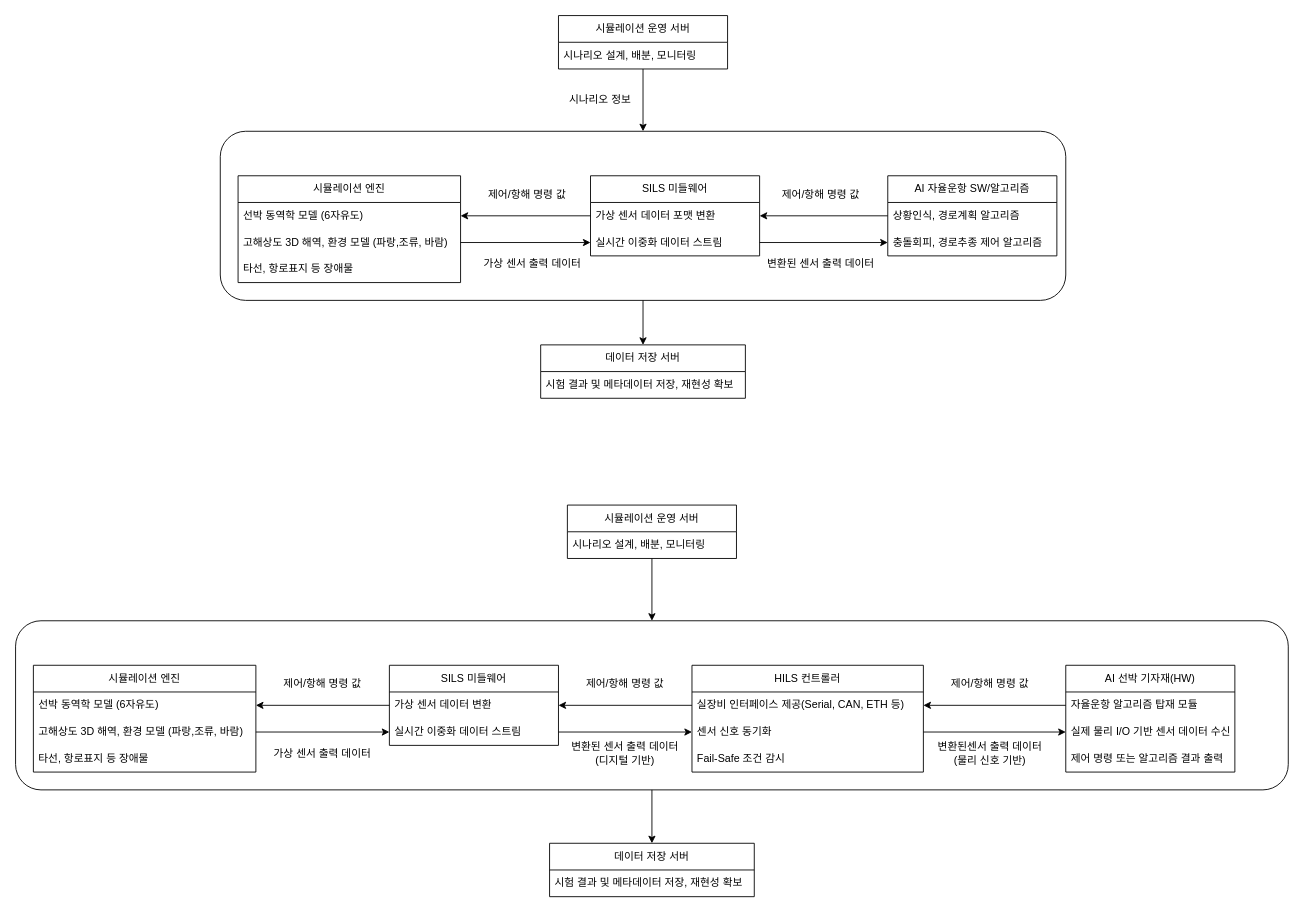
This is Unist과제.drawio from CCajungg/ISO-project, a draw.io file, before an edit. Source tidied: cells renumbered, new cells numbered last; positions are measured from the earlier drawing's top-left corner, leaving out a move shared by most shapes. Both pictures are drawn from the tidied source at 89%, with x=0, y=0 at pixel (15, 15).
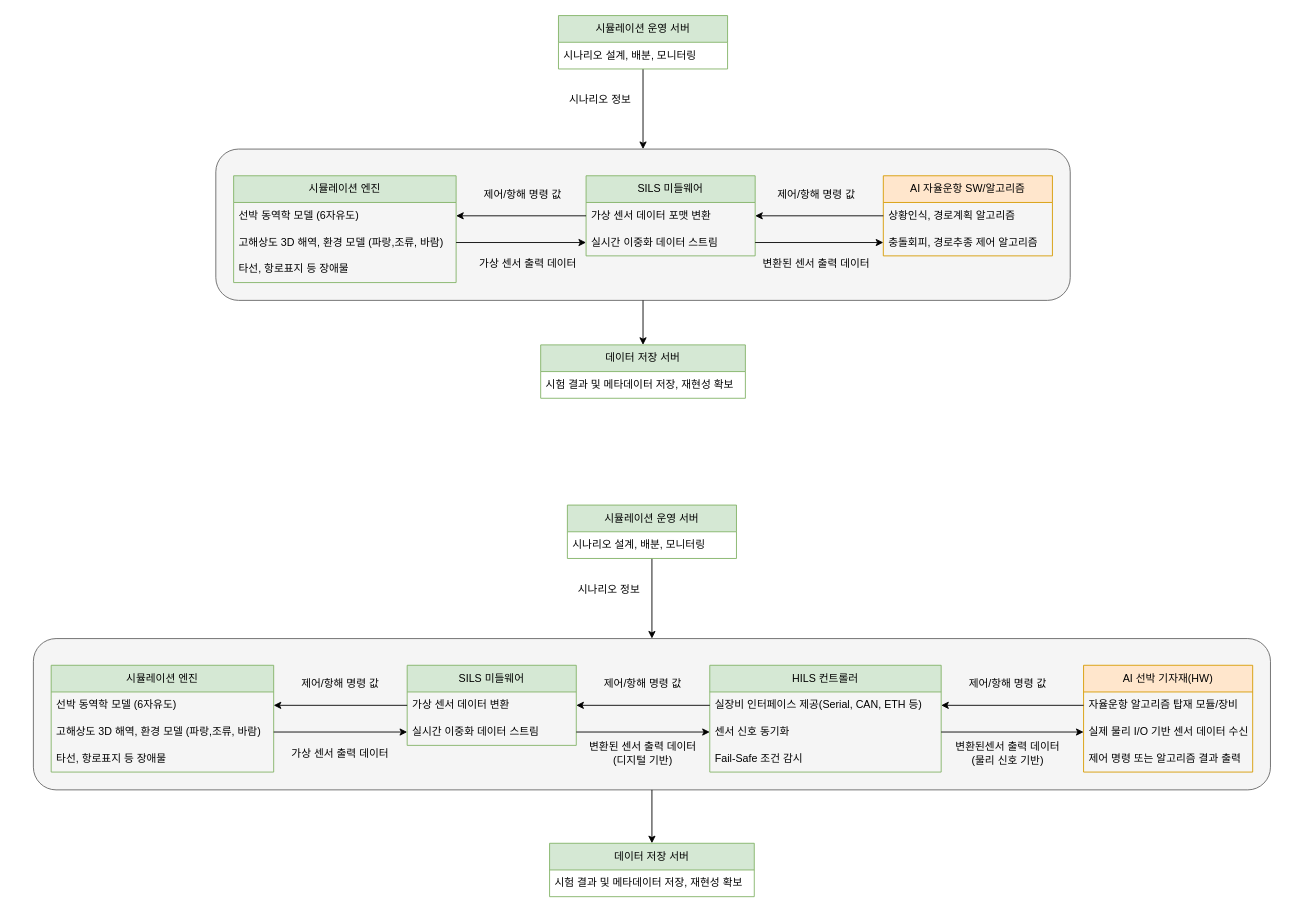
Above is the later version.

Commit message (it also covers changes not shown here):
Unist과제.drawio 업데이트

Diff of the diagram source:
```diff
@@
-    <mxCell id="2" style="rounded=1;whiteSpace=wrap;html=1;fillColor=none;" parent="1" vertex="1">
-      <mxGeometry x="230" y="130" width="950" height="190" as="geometry" />
+    <mxCell id="2" style="rounded=1;whiteSpace=wrap;html=1;fillColor=#f5f5f5;strokeColor=#666666;fontColor=#333333;" parent="1" vertex="1">
+      <mxGeometry x="225" y="150" width="960" height="170" as="geometry" />
     </mxCell>
-    <mxCell id="3" style="rounded=1;whiteSpace=wrap;html=1;fillColor=none;" parent="1" vertex="1">
-      <mxGeometry y="680" width="1430" height="190" as="geometry" />
+    <mxCell id="3" style="rounded=1;whiteSpace=wrap;html=1;fillColor=#f5f5f5;fontColor=#333333;strokeColor=#666666;" parent="1" vertex="1">
+      <mxGeometry x="20" y="700" width="1390" height="170" as="geometry" />
     </mxCell>
-    <mxCell id="4" value="시뮬레이션 엔진" style="swimlane;fontStyle=0;horizontal=1;startSize=30;whiteSpace=wrap;html=1;" parent="1" vertex="1">
-      <mxGeometry x="250" y="180" width="250" height="120" as="geometry" />
+    <mxCell id="4" value="시뮬레이션 엔진" style="swimlane;fontStyle=0;horizontal=1;startSize=30;whiteSpace=wrap;html=1;fillColor=#d5e8d4;strokeColor=#82b366;" parent="1" vertex="1">
+      <mxGeometry x="245" y="180" width="250" height="120" as="geometry" />
     </mxCell>
@@
-    <mxCell id="9" value="SILS 미들웨어" style="swimlane;fontStyle=0;horizontal=1;startSize=30;whiteSpace=wrap;html=1;" parent="1" vertex="1">
-      <mxGeometry x="646" y="180" width="190" height="90" as="geometry" />
+    <mxCell id="9" value="SILS 미들웨어" style="swimlane;fontStyle=0;horizontal=1;startSize=30;whiteSpace=wrap;html=1;fillColor=#d5e8d4;strokeColor=#82b366;" parent="1" vertex="1">
+      <mxGeometry x="641" y="180" width="190" height="90" as="geometry" />
     </mxCell>
@@
-    <mxCell id="12" value="AI 자율운항 SW/알고리즘" style="swimlane;fontStyle=0;horizontal=1;startSize=30;whiteSpace=wrap;html=1;" parent="1" vertex="1">
-      <mxGeometry x="980" y="180" width="190" height="90" as="geometry" />
+    <mxCell id="12" value="AI 자율운항 SW/알고리즘" style="swimlane;fontStyle=0;horizontal=1;startSize=30;whiteSpace=wrap;html=1;fillColor=#ffe6cc;strokeColor=#d79b00;" parent="1" vertex="1">
+      <mxGeometry x="975" y="180" width="190" height="90" as="geometry" />
     </mxCell>
@@
-    <mxCell id="16" value="시뮬레이션 운영 서버" style="swimlane;fontStyle=0;horizontal=1;startSize=30;whiteSpace=wrap;html=1;" parent="1" vertex="1">
+    <mxCell id="16" value="시뮬레이션 운영 서버" style="swimlane;fontStyle=0;horizontal=1;startSize=30;whiteSpace=wrap;html=1;fillColor=#d5e8d4;strokeColor=#82b366;" parent="1" vertex="1">
       <mxGeometry x="610" width="190" height="60" as="geometry" />
     </mxCell>
@@
-    <mxCell id="18" value="데이터 저장 서버" style="swimlane;fontStyle=0;horizontal=1;startSize=30;whiteSpace=wrap;html=1;" parent="1" vertex="1">
+    <mxCell id="18" value="데이터 저장 서버" style="swimlane;fontStyle=0;horizontal=1;startSize=30;whiteSpace=wrap;html=1;fillColor=#d5e8d4;strokeColor=#82b366;" parent="1" vertex="1">
       <mxGeometry x="590" y="370" width="230" height="60" as="geometry" />
     </mxCell>
@@
-    <mxCell id="24" value="시뮬레이션 엔진" style="swimlane;fontStyle=0;horizontal=1;startSize=30;whiteSpace=wrap;html=1;" parent="1" vertex="1">
-      <mxGeometry x="20" y="730" width="250" height="120" as="geometry" />
+    <mxCell id="24" value="시뮬레이션 엔진" style="swimlane;fontStyle=0;horizontal=1;startSize=30;whiteSpace=wrap;html=1;fillColor=#d5e8d4;strokeColor=#82b366;" parent="1" vertex="1">
+      <mxGeometry x="40" y="730" width="250" height="120" as="geometry" />
     </mxCell>
@@
-    <mxCell id="29" value="HILS 컨트롤러" style="swimlane;fontStyle=0;horizontal=1;startSize=30;whiteSpace=wrap;html=1;" parent="1" vertex="1">
-      <mxGeometry x="760" y="730" width="260" height="120" as="geometry" />
+    <mxCell id="29" value="HILS 컨트롤러" style="swimlane;fontStyle=0;horizontal=1;startSize=30;whiteSpace=wrap;html=1;fillColor=#d5e8d4;strokeColor=#82b366;" parent="1" vertex="1">
+      <mxGeometry x="780" y="730" width="260" height="120" as="geometry" />
     </mxCell>
@@
-    <mxCell id="33" value="AI 선박 기자재(HW)" style="swimlane;fontStyle=0;horizontal=1;startSize=30;whiteSpace=wrap;html=1;" parent="1" vertex="1">
-      <mxGeometry x="1180" y="730" width="190" height="120" as="geometry" />
+    <mxCell id="33" value="AI 선박 기자재(HW)" style="swimlane;fontStyle=0;horizontal=1;startSize=30;whiteSpace=wrap;html=1;fillColor=#ffe6cc;strokeColor=#d79b00;" parent="1" vertex="1">
+      <mxGeometry x="1200" y="730" width="190" height="120" as="geometry" />
     </mxCell>
-    <mxCell id="34" value="자율운항 알고리즘 탑재 모듈" style="text;strokeColor=none;fillColor=none;align=left;verticalAlign=middle;spacingLeft=4;spacingRight=4;overflow=hidden;points=[[0,0.5],[1,0.5]];portConstraint=eastwest;whiteSpace=wrap;html=1;" parent="33" vertex="1">
+    <mxCell id="34" value="자율운항 알고리즘 탑재 모듈/장비" style="text;strokeColor=none;fillColor=none;align=left;verticalAlign=middle;spacingLeft=4;spacingRight=4;overflow=hidden;points=[[0,0.5],[1,0.5]];portConstraint=eastwest;whiteSpace=wrap;html=1;" parent="33" vertex="1">
       <mxGeometry y="30" width="190" height="30" as="geometry" />
     </mxCell>
@@
-    <mxCell id="38" value="시뮬레이션 운영 서버" style="swimlane;fontStyle=0;horizontal=1;startSize=30;whiteSpace=wrap;html=1;" parent="1" vertex="1">
+    <mxCell id="38" value="시뮬레이션 운영 서버" style="swimlane;fontStyle=0;horizontal=1;startSize=30;whiteSpace=wrap;html=1;fillColor=#d5e8d4;strokeColor=#82b366;" parent="1" vertex="1">
       <mxGeometry x="620" y="550" width="190" height="60" as="geometry" />
     </mxCell>
@@
-    <mxCell id="40" value="데이터 저장 서버" style="swimlane;fontStyle=0;horizontal=1;startSize=30;whiteSpace=wrap;html=1;" parent="1" vertex="1">
+    <mxCell id="40" value="데이터 저장 서버" style="swimlane;fontStyle=0;horizontal=1;startSize=30;whiteSpace=wrap;html=1;fillColor=#d5e8d4;strokeColor=#82b366;" parent="1" vertex="1">
       <mxGeometry x="600" y="930" width="230" height="60" as="geometry" />
     </mxCell>
@@
-    <mxCell id="44" value="SILS 미들웨어" style="swimlane;fontStyle=0;horizontal=1;startSize=30;whiteSpace=wrap;html=1;" parent="1" vertex="1">
-      <mxGeometry x="420" y="730" width="190" height="90" as="geometry" />
+    <mxCell id="44" value="SILS 미들웨어" style="swimlane;fontStyle=0;horizontal=1;startSize=30;whiteSpace=wrap;html=1;fillColor=#d5e8d4;strokeColor=#82b366;" parent="1" vertex="1">
+      <mxGeometry x="440" y="730" width="190" height="90" as="geometry" />
     </mxCell>
@@
     <mxCell id="52" value="&lt;div&gt;&lt;span style=&quot;background-color: transparent; color: light-dark(rgb(0, 0, 0), rgb(255, 255, 255));&quot;&gt;가상 센서 출력 데이터&lt;/span&gt;&lt;/div&gt;" style="text;html=1;whiteSpace=wrap;strokeColor=none;fillColor=none;align=center;verticalAlign=middle;rounded=0;" parent="1" vertex="1">
-      <mxGeometry x="516" y="258.3" width="130" height="41.7" as="geometry" />
+      <mxGeometry x="511" y="258.3" width="130" height="41.7" as="geometry" />
     </mxCell>
     <mxCell id="53" value="제어/항해 명령 값" style="text;html=1;whiteSpace=wrap;strokeColor=none;fillColor=none;align=center;verticalAlign=middle;rounded=0;" parent="1" vertex="1">
-      <mxGeometry x="510" y="180" width="130" height="41.7" as="geometry" />
+      <mxGeometry x="505" y="180" width="130" height="41.7" as="geometry" />
     </mxCell>
     <mxCell id="54" value="&lt;div&gt;&lt;span style=&quot;background-color: transparent; color: light-dark(rgb(0, 0, 0), rgb(255, 255, 255));&quot;&gt;변환된&lt;/span&gt;&lt;span style=&quot;background-color: transparent; color: light-dark(rgb(0, 0, 0), rgb(255, 255, 255));&quot;&gt;&amp;nbsp;센서 출력 데이터&lt;/span&gt;&lt;/div&gt;" style="text;html=1;whiteSpace=wrap;strokeColor=none;fillColor=none;align=center;verticalAlign=middle;rounded=0;" parent="1" vertex="1">
-      <mxGeometry x="840" y="258.3" width="130" height="41.7" as="geometry" />
+      <mxGeometry x="835" y="258.3" width="130" height="41.7" as="geometry" />
     </mxCell>
     <mxCell id="55" value="제어/항해 명령 값" style="text;html=1;whiteSpace=wrap;strokeColor=none;fillColor=none;align=center;verticalAlign=middle;rounded=0;" parent="1" vertex="1">
-      <mxGeometry x="840" y="180" width="130" height="41.7" as="geometry" />
+      <mxGeometry x="835" y="180" width="130" height="41.7" as="geometry" />
     </mxCell>
     <mxCell id="56" value="&lt;div&gt;&lt;span style=&quot;background-color: transparent; color: light-dark(rgb(0, 0, 0), rgb(255, 255, 255));&quot;&gt;가상 센서 출력 데이터&lt;/span&gt;&lt;/div&gt;" style="text;html=1;whiteSpace=wrap;strokeColor=none;fillColor=none;align=center;verticalAlign=middle;rounded=0;" parent="1" vertex="1">
-      <mxGeometry x="280" y="808.3" width="130" height="41.7" as="geometry" />
+      <mxGeometry x="300" y="808.3" width="130" height="41.7" as="geometry" />
     </mxCell>
     <mxCell id="57" value="제어/항해 명령 값" style="text;html=1;whiteSpace=wrap;strokeColor=none;fillColor=none;align=center;verticalAlign=middle;rounded=0;" parent="1" vertex="1">
-      <mxGeometry x="280" y="730" width="130" height="41.7" as="geometry" />
+      <mxGeometry x="300" y="730" width="130" height="41.7" as="geometry" />
     </mxCell>
     <mxCell id="58" value="제어/항해 명령 값" style="text;html=1;whiteSpace=wrap;strokeColor=none;fillColor=none;align=center;verticalAlign=middle;rounded=0;" parent="1" vertex="1">
-      <mxGeometry x="620" y="730" width="130" height="41.7" as="geometry" />
+      <mxGeometry x="640" y="730" width="130" height="41.7" as="geometry" />
     </mxCell>
     <mxCell id="59" value="&lt;div&gt;&lt;span style=&quot;background-color: transparent; color: light-dark(rgb(0, 0, 0), rgb(255, 255, 255));&quot;&gt;변환된 센서 출력 데이터&lt;/span&gt;&lt;/div&gt;&lt;div&gt;&lt;span style=&quot;background-color: transparent; color: light-dark(rgb(0, 0, 0), rgb(255, 255, 255));&quot;&gt;(디지털 기반)&lt;/span&gt;&lt;/div&gt;" style="text;html=1;whiteSpace=wrap;strokeColor=none;fillColor=none;align=center;verticalAlign=middle;rounded=0;" parent="1" vertex="1">
-      <mxGeometry x="620" y="808.3" width="130" height="41.7" as="geometry" />
+      <mxGeometry x="640" y="808.3" width="130" height="41.7" as="geometry" />
     </mxCell>
     <mxCell id="60" value="&lt;div&gt;&lt;span style=&quot;background-color: transparent; color: light-dark(rgb(0, 0, 0), rgb(255, 255, 255));&quot;&gt;변환된&lt;/span&gt;&lt;span style=&quot;background-color: transparent; color: light-dark(rgb(0, 0, 0), rgb(255, 255, 255));&quot;&gt;센서 출력 데이터&lt;/span&gt;&lt;/div&gt;&lt;div&gt;&lt;span style=&quot;background-color: transparent; color: light-dark(rgb(0, 0, 0), rgb(255, 255, 255));&quot;&gt;(물리 신호 기반)&lt;/span&gt;&lt;/div&gt;" style="text;html=1;whiteSpace=wrap;strokeColor=none;fillColor=none;align=center;verticalAlign=middle;rounded=0;" parent="1" vertex="1">
-      <mxGeometry x="1030" y="808.3" width="130" height="41.7" as="geometry" />
+      <mxGeometry x="1050" y="808.3" width="130" height="41.7" as="geometry" />
     </mxCell>
     <mxCell id="61" value="제어/항해 명령 값" style="text;html=1;whiteSpace=wrap;strokeColor=none;fillColor=none;align=center;verticalAlign=middle;rounded=0;" parent="1" vertex="1">
-      <mxGeometry x="1030" y="730" width="130" height="41.7" as="geometry" />
+      <mxGeometry x="1050" y="730" width="130" height="41.7" as="geometry" />
     </mxCell>
+    <mxCell id="62" value="시나리오 정보" style="text;html=1;whiteSpace=wrap;strokeColor=none;fillColor=none;align=center;verticalAlign=middle;rounded=0;" parent="1" vertex="1">
+      <mxGeometry x="620" y="630" width="93.5" height="30" as="geometry" />
+    </mxCell>
```
